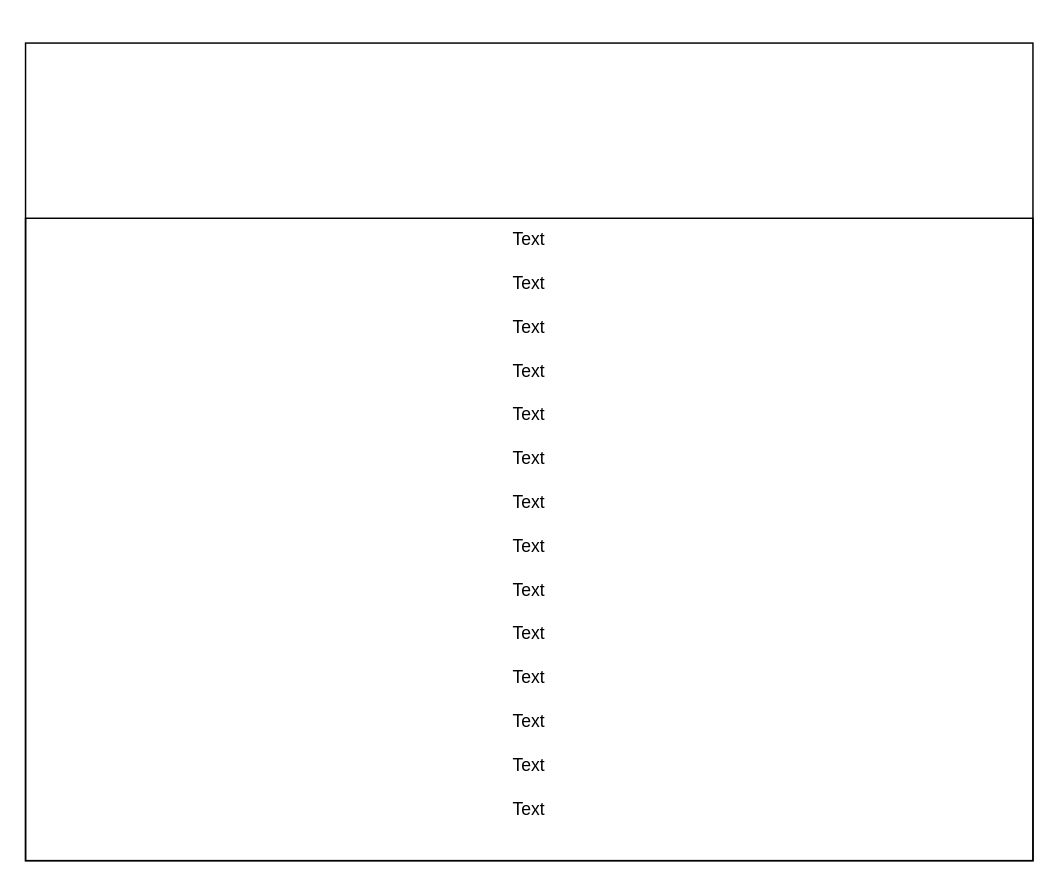
Earlier version of the draw.io diagram 低代码—生态市场—项目生态.drawio (tangyaosimida/love). Source tidied: cells renumbered, new cells numbered last; positions are measured from the earlier drawing's top-left corner, leaving out a move shared by most shapes. Both pictures are drawn from the tidied source at 146%, with x=0, y=0 at pixel (25, 42).
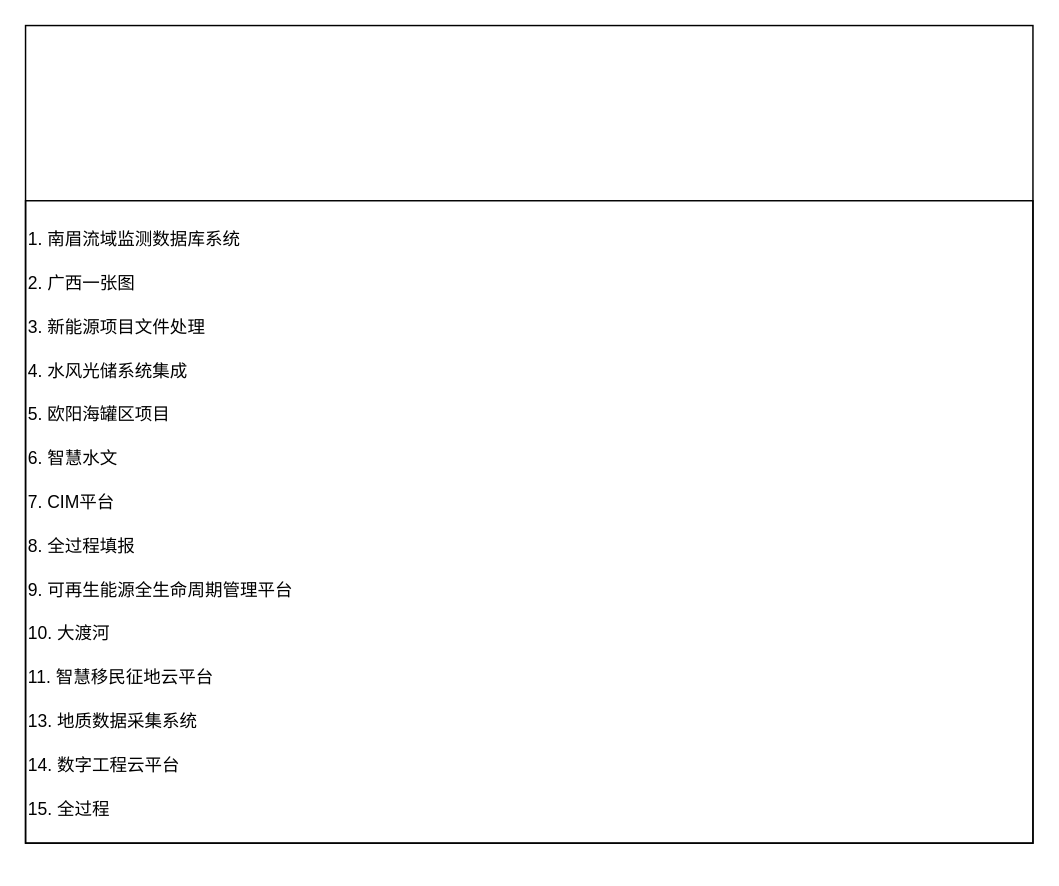
The same diagram, later.

Commit message (it also covers changes not shown here):
更新低代码—生态市场—项目生态.drawio

What changed in the source:
```diff
@@
 <mxGraphModel>
   <root>
     <mxCell id="0" />
     <mxCell id="1" parent="0" />
     <mxCell id="2" style="rounded=0;whiteSpace=wrap;html=1;fillColor=none;" parent="1" vertex="1">
-      <mxGeometry width="690" height="560" as="geometry" />
+      <mxGeometry y="-12" width="690" height="560" as="geometry" />
     </mxCell>
     <mxCell id="3" style="rounded=0;whiteSpace=wrap;html=1;fillColor=none;" parent="1" vertex="1">
-      <mxGeometry y="120" width="690" height="440" as="geometry" />
+      <mxGeometry y="108" width="690" height="440" as="geometry" />
     </mxCell>
-    <mxCell id="4" value="Text" style="text;html=1;align=center;verticalAlign=middle;whiteSpace=wrap;rounded=0;" parent="1" vertex="1">
+    <mxCell id="4" value="1. 南眉流域监测数据库系统" style="text;html=1;align=left;verticalAlign=middle;whiteSpace=wrap;rounded=0;" parent="1" vertex="1">
       <mxGeometry y="120" width="690" height="30" as="geometry" />
     </mxCell>
-    <mxCell id="5" value="Text" style="text;html=1;align=center;verticalAlign=middle;whiteSpace=wrap;rounded=0;" parent="1" vertex="1">
+    <mxCell id="5" value="2. 广西一张图" style="text;html=1;align=left;verticalAlign=middle;whiteSpace=wrap;rounded=0;" parent="1" vertex="1">
       <mxGeometry y="150" width="690" height="30" as="geometry" />
     </mxCell>
-    <mxCell id="6" value="Text" style="text;html=1;align=center;verticalAlign=middle;whiteSpace=wrap;rounded=0;" parent="1" vertex="1">
+    <mxCell id="6" value="3. 新能源项目文件处理" style="text;html=1;align=left;verticalAlign=middle;whiteSpace=wrap;rounded=0;" parent="1" vertex="1">
       <mxGeometry y="180" width="690" height="30" as="geometry" />
     </mxCell>
-    <mxCell id="7" value="Text" style="text;html=1;align=center;verticalAlign=middle;whiteSpace=wrap;rounded=0;" parent="1" vertex="1">
+    <mxCell id="7" value="4. 水风光储系统集成" style="text;html=1;align=left;verticalAlign=middle;whiteSpace=wrap;rounded=0;" parent="1" vertex="1">
       <mxGeometry y="210" width="690" height="30" as="geometry" />
     </mxCell>
-    <mxCell id="8" value="Text" style="text;html=1;align=center;verticalAlign=middle;whiteSpace=wrap;rounded=0;" parent="1" vertex="1">
+    <mxCell id="8" value="5. 欧阳海罐区项目" style="text;html=1;align=left;verticalAlign=middle;whiteSpace=wrap;rounded=0;" parent="1" vertex="1">
       <mxGeometry y="240" width="690" height="30" as="geometry" />
     </mxCell>
-    <mxCell id="9" value="Text" style="text;html=1;align=center;verticalAlign=middle;whiteSpace=wrap;rounded=0;" parent="1" vertex="1">
+    <mxCell id="9" value="6. 智慧水文" style="text;html=1;align=left;verticalAlign=middle;whiteSpace=wrap;rounded=0;" parent="1" vertex="1">
       <mxGeometry y="270" width="690" height="30" as="geometry" />
     </mxCell>
-    <mxCell id="10" value="Text" style="text;html=1;align=center;verticalAlign=middle;whiteSpace=wrap;rounded=0;" parent="1" vertex="1">
+    <mxCell id="10" value="7. CIM平台" style="text;html=1;align=left;verticalAlign=middle;whiteSpace=wrap;rounded=0;" parent="1" vertex="1">
       <mxGeometry y="300" width="690" height="30" as="geometry" />
     </mxCell>
-    <mxCell id="11" value="Text" style="text;html=1;align=center;verticalAlign=middle;whiteSpace=wrap;rounded=0;" parent="1" vertex="1">
+    <mxCell id="11" value="8. 全过程填报" style="text;html=1;align=left;verticalAlign=middle;whiteSpace=wrap;rounded=0;" parent="1" vertex="1">
       <mxGeometry y="330" width="690" height="30" as="geometry" />
     </mxCell>
-    <mxCell id="12" value="Text" style="text;html=1;align=center;verticalAlign=middle;whiteSpace=wrap;rounded=0;" parent="1" vertex="1">
+    <mxCell id="12" value="9. 可再生能源全生命周期管理平台" style="text;html=1;align=left;verticalAlign=middle;whiteSpace=wrap;rounded=0;" parent="1" vertex="1">
       <mxGeometry y="360" width="690" height="30" as="geometry" />
     </mxCell>
-    <mxCell id="13" value="Text" style="text;html=1;align=center;verticalAlign=middle;whiteSpace=wrap;rounded=0;" parent="1" vertex="1">
+    <mxCell id="13" value="10. 大渡河" style="text;html=1;align=left;verticalAlign=middle;whiteSpace=wrap;rounded=0;" parent="1" vertex="1">
       <mxGeometry y="390" width="690" height="30" as="geometry" />
     </mxCell>
-    <mxCell id="14" value="Text" style="text;html=1;align=center;verticalAlign=middle;whiteSpace=wrap;rounded=0;" parent="1" vertex="1">
+    <mxCell id="14" value="11. 智慧移民征地云平台" style="text;html=1;align=left;verticalAlign=middle;whiteSpace=wrap;rounded=0;" parent="1" vertex="1">
       <mxGeometry y="420" width="690" height="30" as="geometry" />
     </mxCell>
-    <mxCell id="15" value="Text" style="text;html=1;align=center;verticalAlign=middle;whiteSpace=wrap;rounded=0;" parent="1" vertex="1">
+    <mxCell id="15" value="13. 地质数据采集系统" style="text;html=1;align=left;verticalAlign=middle;whiteSpace=wrap;rounded=0;" parent="1" vertex="1">
       <mxGeometry y="450" width="690" height="30" as="geometry" />
     </mxCell>
-    <mxCell id="16" value="Text" style="text;html=1;align=center;verticalAlign=middle;whiteSpace=wrap;rounded=0;" parent="1" vertex="1">
+    <mxCell id="16" value="14. 数字工程云平台" style="text;html=1;align=left;verticalAlign=middle;whiteSpace=wrap;rounded=0;" parent="1" vertex="1">
       <mxGeometry y="480" width="690" height="30" as="geometry" />
     </mxCell>
-    <mxCell id="17" value="Text" style="text;html=1;align=center;verticalAlign=middle;whiteSpace=wrap;rounded=0;" parent="1" vertex="1">
+    <mxCell id="17" value="15. 全过程" style="text;html=1;align=left;verticalAlign=middle;whiteSpace=wrap;rounded=0;" parent="1" vertex="1">
       <mxGeometry y="510" width="690" height="30" as="geometry" />
     </mxCell>
   </root>
 </mxGraphModel>
```
